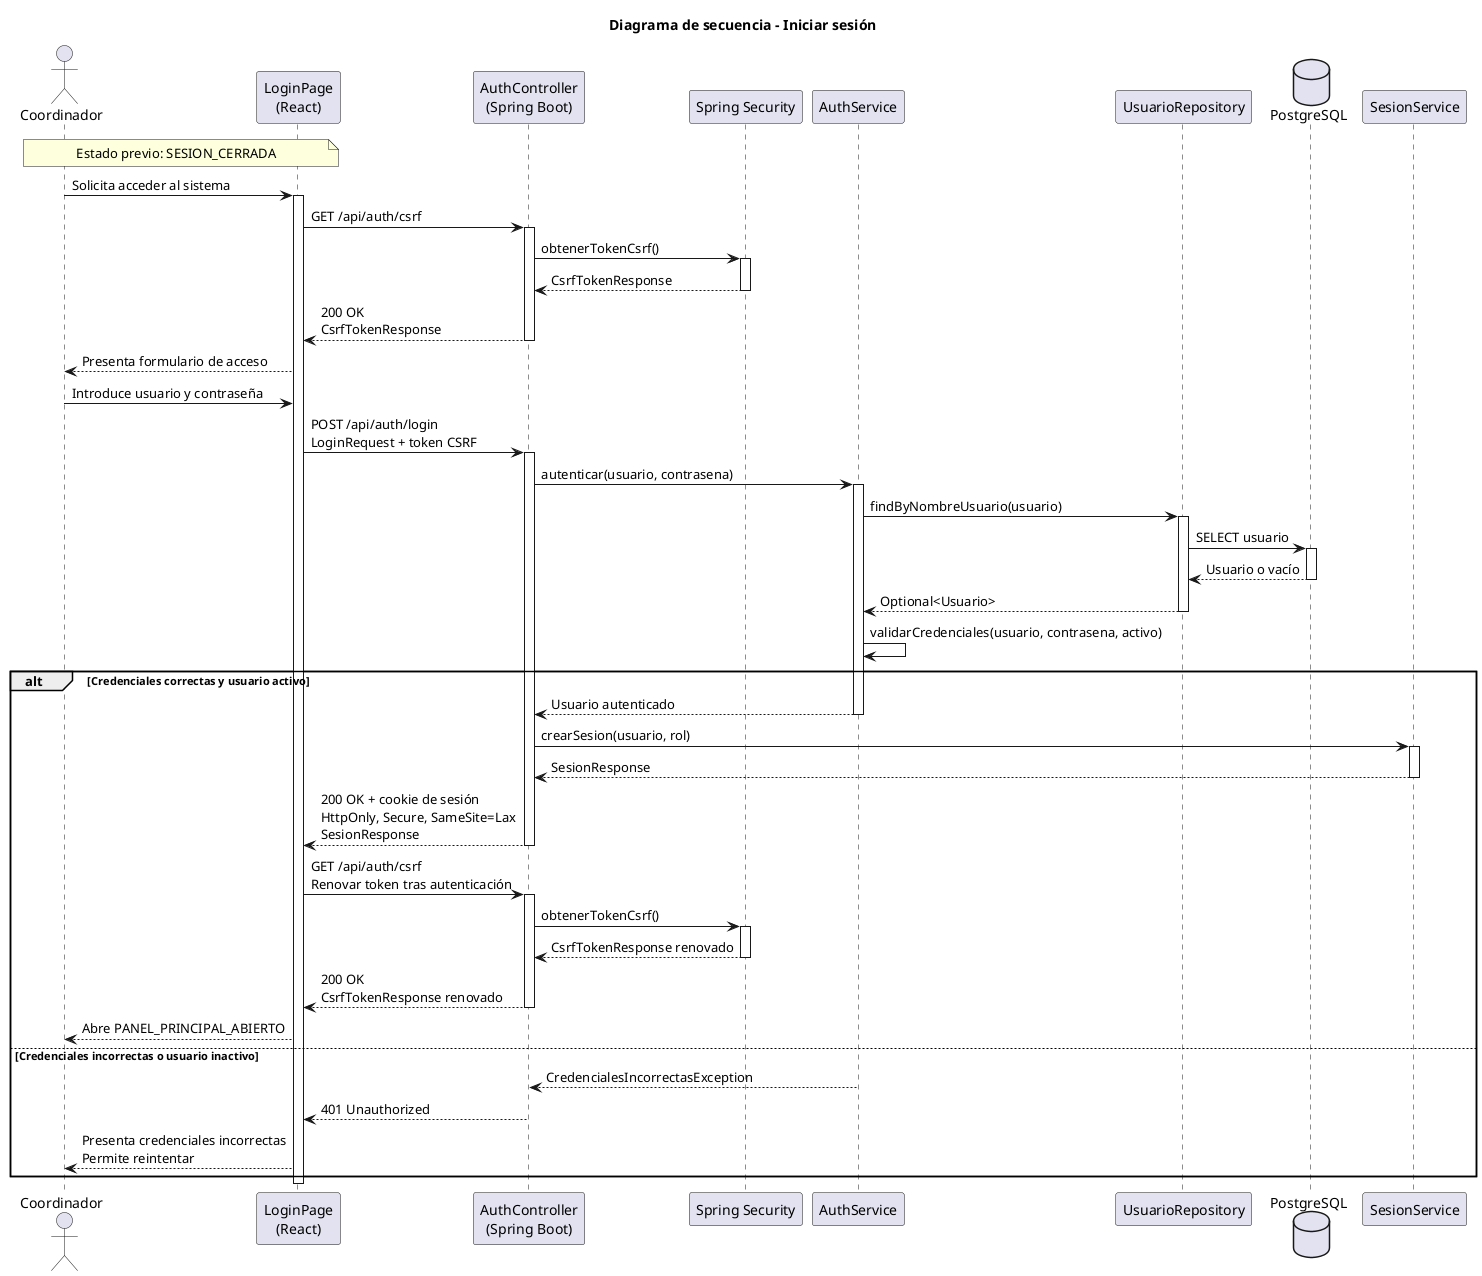
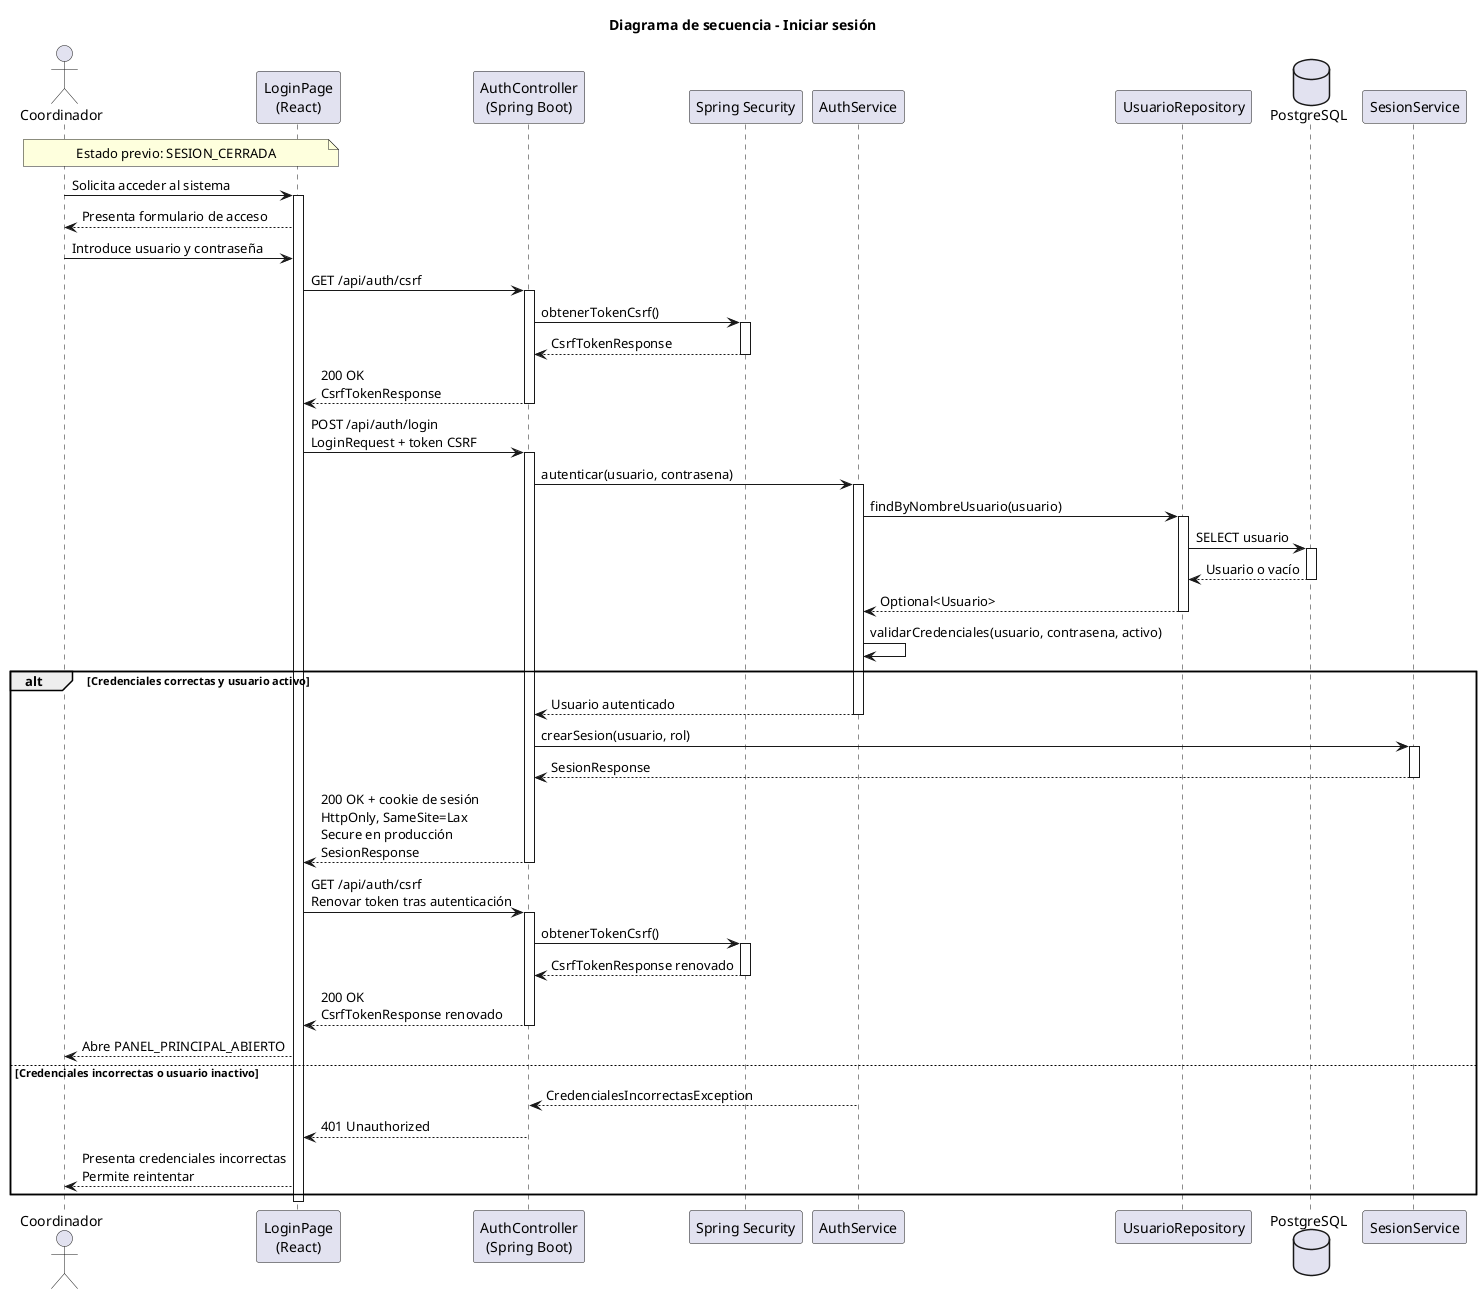
@startuml iniciarSesion-diseño
title Diagrama de secuencia - Iniciar sesión

actor Coordinador
participant "LoginPage\n(React)" as Frontend
participant "AuthController\n(Spring Boot)" as Api
participant "Spring Security" as Security
participant "AuthService" as Auth
participant "UsuarioRepository" as Repo
database "PostgreSQL" as Database
participant "SesionService" as Sesion

note over Coordinador, Frontend
Estado previo: SESION_CERRADA
end note

Coordinador -> Frontend: Solicita acceder al sistema
activate Frontend
+ Frontend --> Coordinador: Presenta formulario de acceso
+ Coordinador -> Frontend: Introduce usuario y contraseña
Frontend -> Api: GET /api/auth/csrf
activate Api
Api -> Security: obtenerTokenCsrf()
activate Security
Security --> Api: CsrfTokenResponse
deactivate Security
Api --> Frontend: 200 OK\nCsrfTokenResponse
deactivate Api
- Frontend --> Coordinador: Presenta formulario de acceso
- Coordinador -> Frontend: Introduce usuario y contraseña
Frontend -> Api: POST /api/auth/login\nLoginRequest + token CSRF
activate Api
Api -> Auth: autenticar(usuario, contrasena)
activate Auth
Auth -> Repo: findByNombreUsuario(usuario)
activate Repo
Repo -> Database: SELECT usuario
activate Database
Database --> Repo: Usuario o vacío
deactivate Database
Repo --> Auth: Optional<Usuario>
deactivate Repo
Auth -> Auth: validarCredenciales(usuario, contrasena, activo)

alt Credenciales correctas y usuario activo
    Auth --> Api: Usuario autenticado
    deactivate Auth
    Api -> Sesion: crearSesion(usuario, rol)
    activate Sesion
    Sesion --> Api: SesionResponse
    deactivate Sesion
-     Api --> Frontend: 200 OK + cookie de sesión\nHttpOnly, Secure, SameSite=Lax\nSesionResponse
+     Api --> Frontend: 200 OK + cookie de sesión\nHttpOnly, SameSite=Lax\nSecure en producción\nSesionResponse
    deactivate Api
    Frontend -> Api: GET /api/auth/csrf\nRenovar token tras autenticación
    activate Api
    Api -> Security: obtenerTokenCsrf()
    activate Security
    Security --> Api: CsrfTokenResponse renovado
    deactivate Security
    Api --> Frontend: 200 OK\nCsrfTokenResponse renovado
    deactivate Api
    Frontend --> Coordinador: Abre PANEL_PRINCIPAL_ABIERTO
else Credenciales incorrectas o usuario inactivo
    Auth --> Api: CredencialesIncorrectasException
    deactivate Auth
    Api --> Frontend: 401 Unauthorized
    deactivate Api
    Frontend --> Coordinador: Presenta credenciales incorrectas\nPermite reintentar
end
deactivate Frontend

@enduml
